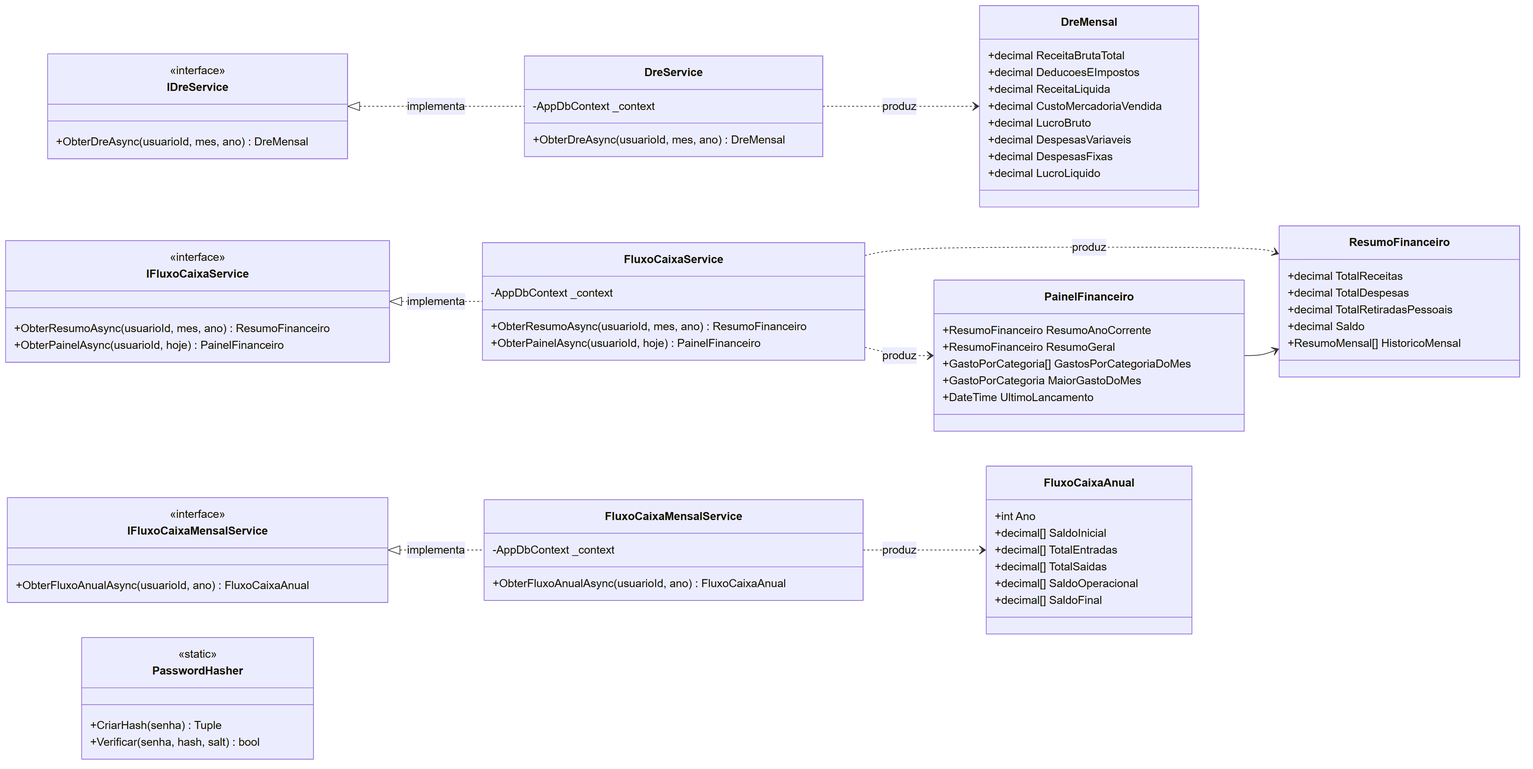
This is docs/diagramas/finais/fig3b_classes_servicos.png from profetadiario/GFMEI, a Mermaid export, as it was before one commit. Its source is kept beside it as docs/diagramas/fontes/fig3b_classes_servicos.mmd.
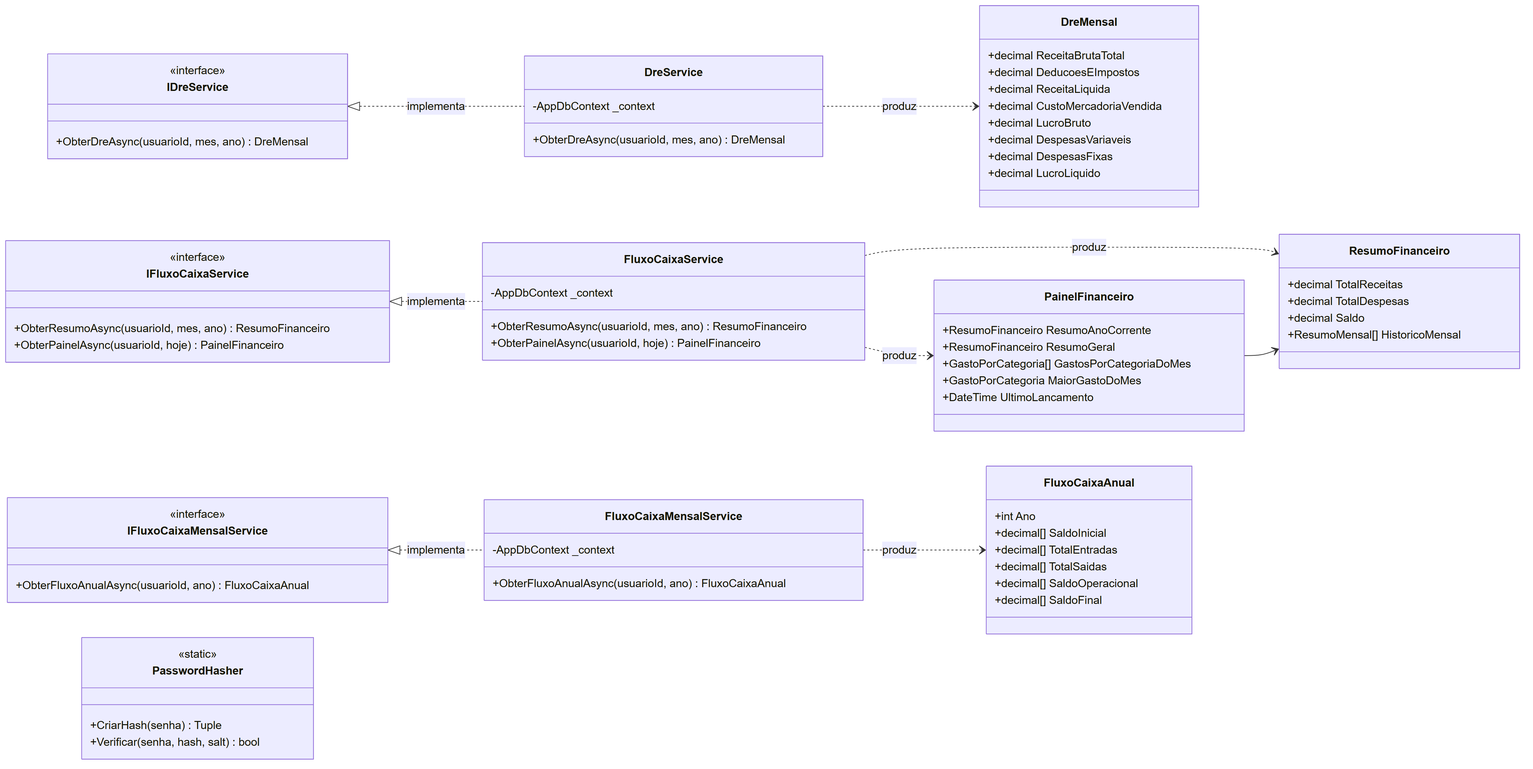
Later version of the same file.

Diff of the diagram source:
```diff
@@ -13,7 +13,6 @@
     class ResumoFinanceiro {
         +decimal TotalReceitas
         +decimal TotalDespesas
-        +decimal TotalRetiradasPessoais
         +decimal Saldo
         +ResumoMensal[] HistoricoMensal
     }
```
